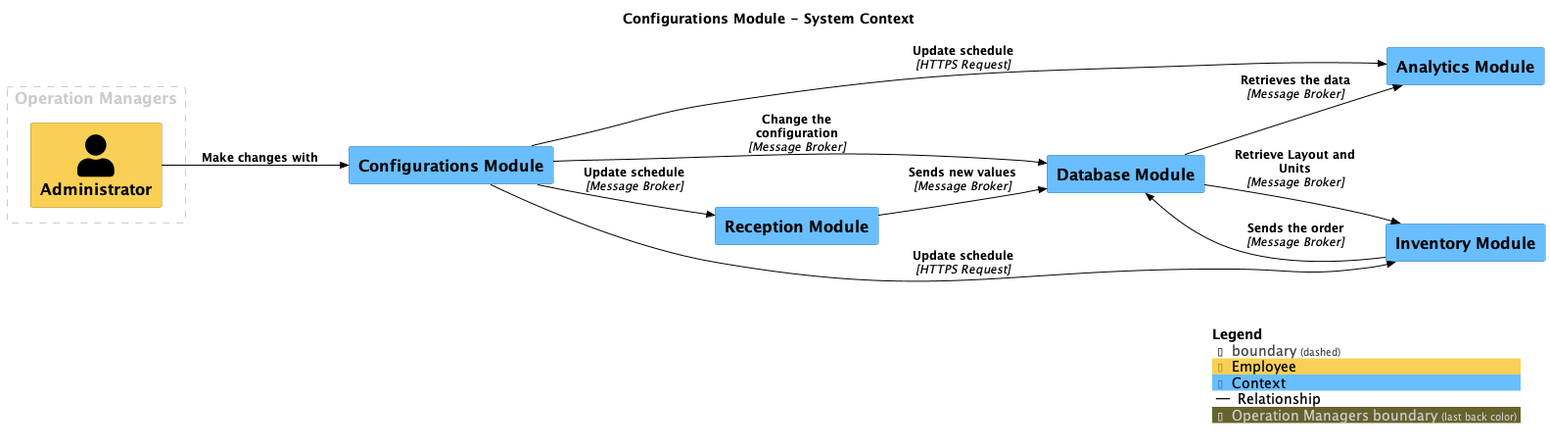
The PlantUML diagram main/png/SystemContext-005.png in SLC-wms/DSL-Architecture, before a commit.
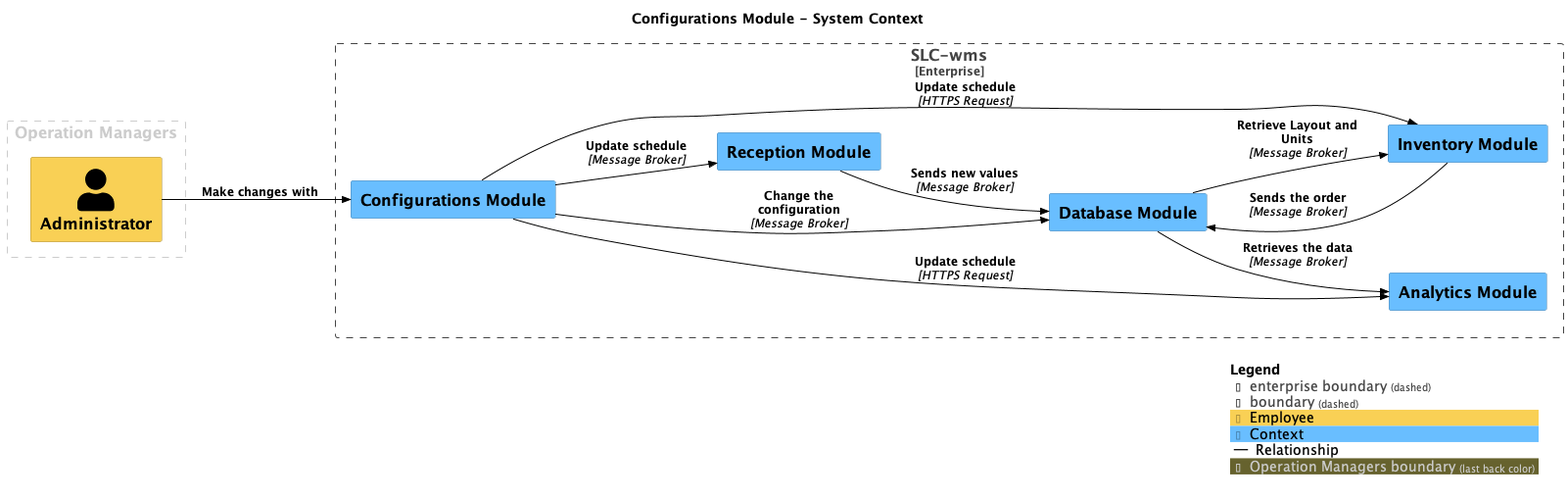
After the commit.

What changed in the source:
```diff
@@ -12,16 +12,19 @@
 
 AddRelTag("Relationship", $textColor="#000000", $lineColor="#000000", $lineStyle = "")
 
+Enterprise_Boundary(enterprise, "SLC-wms") {
+  System(ReceptionModule, "Reception Module", $descr="", $tags="Context", $link="")
+  System(AnalyticsModule, "Analytics Module", $descr="", $tags="Context", $link="")
+  System(ConfigurationsModule, "Configurations Module", $descr="", $tags="Context", $link="")
+  System(DatabaseModule, "Database Module", $descr="", $tags="Context", $link="")
+  System(InventoryModule, "Inventory Module", $descr="", $tags="Context", $link="")
+}
+
 AddBoundaryTag("Operation Managers", $borderColor="#cccccc", $fontColor="#cccccc")
 Boundary(group_1, "Operation Managers", $tags="Operation Managers") {
-  Person(Administrator, "Administrator", $descr="", $tags="Employee", $link="")
+  Person_Ext(Administrator, "Administrator", $descr="", $tags="Employee", $link="")
 }
 
-System(ReceptionModule, "Reception Module", $descr="", $tags="Context", $link="")
-System(AnalyticsModule, "Analytics Module", $descr="", $tags="Context", $link="")
-System(ConfigurationsModule, "Configurations Module", $descr="", $tags="Context", $link="")
-System(DatabaseModule, "Database Module", $descr="", $tags="Context", $link="")
-System(InventoryModule, "Inventory Module", $descr="", $tags="Context", $link="")
 
 Rel_D(ReceptionModule, DatabaseModule, "Sends new values", $techn="Message Broker", $tags="Relationship", $link="")
 Rel_D(Administrator, ConfigurationsModule, "Make changes with", $techn="", $tags="Relationship", $link="")
```
